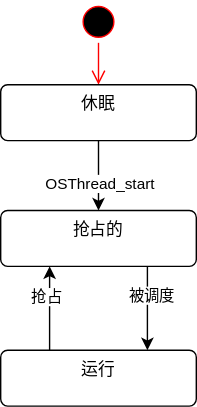
The draw.io diagram moderm_embeded/images/thread_state_machine.drawio.svg in raychenv/learn_embedded_system, before a commit. Source tidied: cells renumbered, new cells last; positions are measured from the earlier drawing's top-left corner, leaving out a move shared by most shapes. Source of this version:
```xml
<mxGraphModel>
  <root>
    <mxCell id="0" />
    <mxCell id="1" parent="0" />
    <mxCell id="2" style="ellipse;html=1;shape=startState;fillColor=#000000;strokeColor=#ff0000;" parent="1" vertex="1">
      <mxGeometry x="55" width="30" height="30" as="geometry" />
    </mxCell>
    <mxCell id="3" style="edgeStyle=orthogonalEdgeStyle;html=1;verticalAlign=bottom;endArrow=open;endSize=8;strokeColor=#ff0000;rounded=0;entryX=0.5;entryY=0;entryDx=0;entryDy=0;" parent="1" edge="1" source="2" target="6">
      <mxGeometry relative="1" as="geometry" />
    </mxCell>
    <mxCell id="4" style="edgeStyle=orthogonalEdgeStyle;rounded=0;jettySize=auto;html=1;entryX=0.5;entryY=0;entryDx=0;entryDy=0;" parent="1" edge="1" source="6" target="9">
      <mxGeometry relative="1" as="geometry" />
    </mxCell>
    <mxCell id="5" value="OSThread_start" style="edgeLabel;html=1;align=center;verticalAlign=middle;" parent="4" vertex="1">
      <mxGeometry x="-0.21" relative="1" as="geometry">
        <mxPoint y="10" as="offset" />
      </mxGeometry>
    </mxCell>
    <mxCell id="6" value="休眠" style="html=1;align=center;verticalAlign=top;rounded=1;absoluteArcSize=1;arcSize=10;dashed=0;whiteSpace=wrap;" parent="1" vertex="1">
      <mxGeometry y="60" width="140" height="40" as="geometry" />
    </mxCell>
    <mxCell id="7" style="edgeStyle=orthogonalEdgeStyle;rounded=0;jettySize=auto;html=1;entryX=0.75;entryY=0;entryDx=0;entryDy=0;exitX=0.75;exitY=1;exitDx=0;exitDy=0;" parent="1" edge="1" source="9" target="12">
      <mxGeometry relative="1" as="geometry" />
    </mxCell>
    <mxCell id="8" value="被调度" style="edgeLabel;html=1;align=center;verticalAlign=middle;" parent="7" vertex="1">
      <mxGeometry x="0.02" y="2" relative="1" as="geometry">
        <mxPoint y="-11" as="offset" />
      </mxGeometry>
    </mxCell>
    <mxCell id="9" value="抢占的" style="html=1;align=center;verticalAlign=top;rounded=1;absoluteArcSize=1;arcSize=10;dashed=0;whiteSpace=wrap;" parent="1" vertex="1">
      <mxGeometry y="150" width="140" height="40" as="geometry" />
    </mxCell>
    <mxCell id="10" style="edgeStyle=orthogonalEdgeStyle;rounded=0;jettySize=auto;html=1;exitX=0.25;exitY=0;exitDx=0;exitDy=0;entryX=0.25;entryY=1;entryDx=0;entryDy=0;" parent="1" edge="1" source="12" target="9">
      <mxGeometry relative="1" as="geometry" />
    </mxCell>
    <mxCell id="11" value="抢占" style="edgeLabel;html=1;align=center;verticalAlign=middle;" parent="10" vertex="1">
      <mxGeometry x="0.06" y="3" relative="1" as="geometry">
        <mxPoint y="-7" as="offset" />
      </mxGeometry>
    </mxCell>
    <mxCell id="12" value="运行" style="html=1;align=center;verticalAlign=top;rounded=1;absoluteArcSize=1;arcSize=10;dashed=0;whiteSpace=wrap;" parent="1" vertex="1">
      <mxGeometry y="250" width="140" height="40" as="geometry" />
    </mxCell>
  </root>
</mxGraphModel>
```
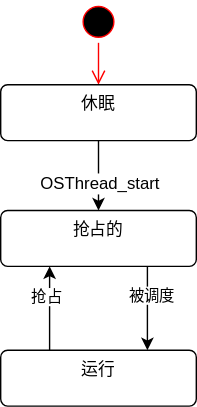
After the change.

The edit, as a diff of the source:
```diff
@@ -11,7 +11,7 @@
     <mxCell id="4" style="edgeStyle=orthogonalEdgeStyle;rounded=0;jettySize=auto;html=1;entryX=0.5;entryY=0;entryDx=0;entryDy=0;" parent="1" edge="1" source="6" target="9">
       <mxGeometry relative="1" as="geometry" />
     </mxCell>
-    <mxCell id="5" value="OSThread_start" style="edgeLabel;html=1;align=center;verticalAlign=middle;" parent="4" vertex="1">
+    <mxCell id="5" value="&lt;font style=&quot;font-size: 12px;&quot;&gt;OSThread_start&lt;/font&gt;" style="edgeLabel;html=1;align=center;verticalAlign=middle;" parent="4" vertex="1">
       <mxGeometry x="-0.21" relative="1" as="geometry">
         <mxPoint y="10" as="offset" />
       </mxGeometry>
```
